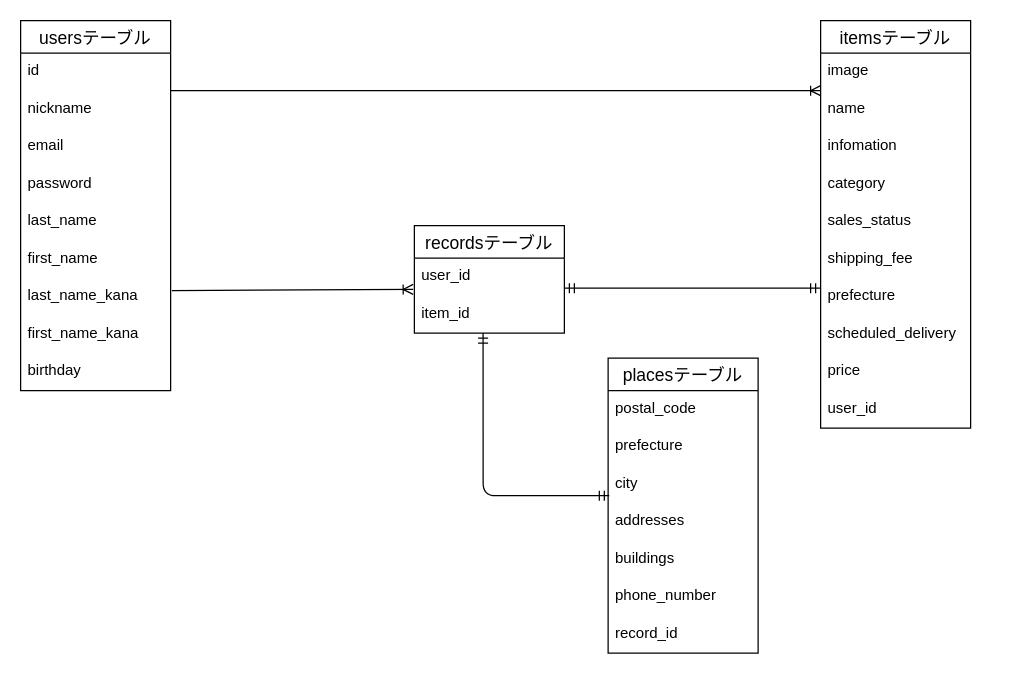
The draw.io diagram furima.dio in rysk1013/furima-34468, before the edit. Source tidied: cells renumbered, new cells numbered last; positions are measured from the earlier drawing's top-left corner, leaving out a move shared by most shapes. Both pictures are drawn from the tidied source at 125%, with x=0, y=0 at pixel (20, 20).
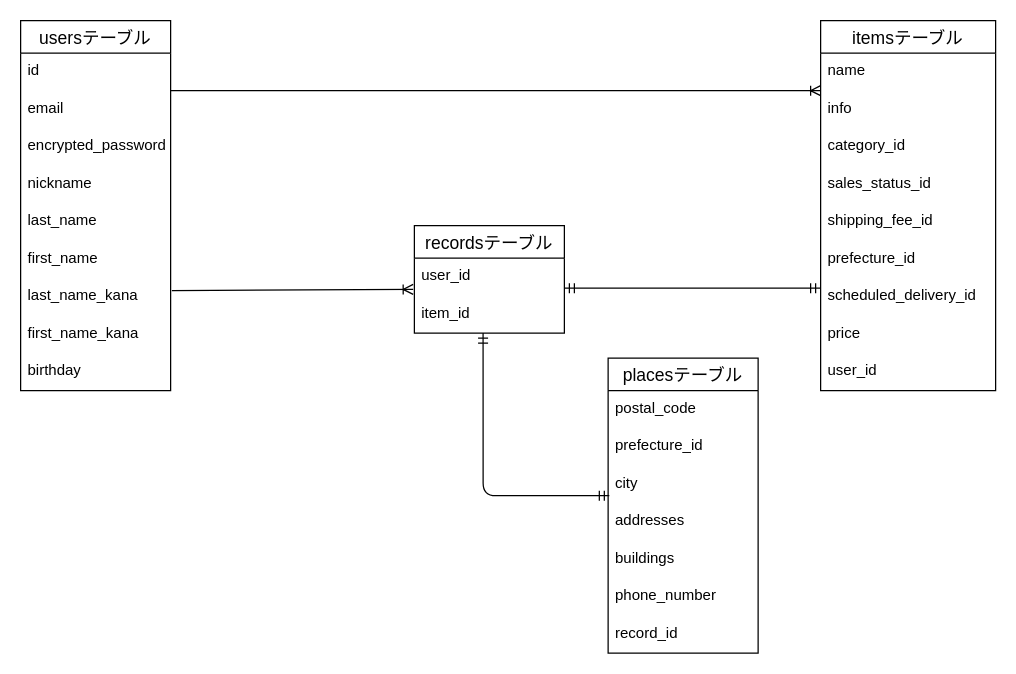
The same page after the edit.

The change refers to these unchanged cells:
```xml
<mxCell id="2" value="usersテーブル" style="swimlane;fontStyle=0;horizontal=1;startSize=26;align=center;fontSize=14;" parent="1" vertex="1">
  <mxGeometry width="120" height="296" as="geometry" />
</mxCell>
<mxCell id="12" value="placesテーブル" style="swimlane;fontStyle=0;horizontal=1;startSize=26;align=center;fontSize=14;" parent="1" vertex="1">
  <mxGeometry x="470" y="270" width="120" height="236" as="geometry" />
</mxCell>
```

Change to the diagram source:
```diff
@@
-    <mxCell id="4" value="nickname" style="text;strokeColor=none;fillColor=none;spacingLeft=4;spacingRight=4;overflow=hidden;fontSize=12;" parent="2" vertex="1">
-      <mxGeometry y="56" width="120" height="30" as="geometry" />
-    </mxCell>
     <mxCell id="5" value="email" style="text;strokeColor=none;fillColor=none;spacingLeft=4;spacingRight=4;overflow=hidden;fontSize=12;" parent="2" vertex="1">
-      <mxGeometry y="86" width="120" height="30" as="geometry" />
+      <mxGeometry y="56" width="120" height="30" as="geometry" />
     </mxCell>
-    <mxCell id="6" value="password" style="text;strokeColor=none;fillColor=none;spacingLeft=4;spacingRight=4;overflow=hidden;fontSize=12;" parent="2" vertex="1">
-      <mxGeometry y="116" width="120" height="30" as="geometry" />
+    <mxCell id="6" value="encrypted_password" style="text;strokeColor=none;fillColor=none;spacingLeft=4;spacingRight=4;overflow=hidden;fontSize=12;" parent="2" vertex="1">
+      <mxGeometry y="86" width="120" height="30" as="geometry" />
     </mxCell>
+    <mxCell id="4" value="nickname" style="text;strokeColor=none;fillColor=none;spacingLeft=4;spacingRight=4;overflow=hidden;fontSize=12;" parent="2" vertex="1">
+      <mxGeometry y="116" width="120" height="30" as="geometry" />
+    </mxCell>
@@
-    <mxCell id="14" value="prefecture" style="text;strokeColor=none;fillColor=none;spacingLeft=4;spacingRight=4;overflow=hidden;fontSize=12;" parent="12" vertex="1">
+    <mxCell id="14" value="prefecture_id" style="text;strokeColor=none;fillColor=none;spacingLeft=4;spacingRight=4;overflow=hidden;fontSize=12;" parent="12" vertex="1">
       <mxGeometry y="56" width="120" height="30" as="geometry" />
     </mxCell>
@@
     <mxCell id="20" value="itemsテーブル" style="swimlane;fontStyle=0;horizontal=1;startSize=26;align=center;fontSize=14;" parent="1" vertex="1">
-      <mxGeometry x="640" width="120" height="326" as="geometry" />
+      <mxGeometry x="640" width="140" height="296" as="geometry" />
     </mxCell>
-    <mxCell id="21" value="image" style="text;strokeColor=none;fillColor=none;spacingLeft=4;spacingRight=4;overflow=hidden;fontSize=12;" parent="20" vertex="1">
-      <mxGeometry y="26" width="120" height="30" as="geometry" />
-    </mxCell>
     <mxCell id="22" value="name" style="text;strokeColor=none;fillColor=none;spacingLeft=4;spacingRight=4;overflow=hidden;fontSize=12;" parent="20" vertex="1">
-      <mxGeometry y="56" width="120" height="30" as="geometry" />
+      <mxGeometry y="26" width="140" height="30" as="geometry" />
     </mxCell>
-    <mxCell id="23" value="infomation" style="text;strokeColor=none;fillColor=none;spacingLeft=4;spacingRight=4;overflow=hidden;fontSize=12;" parent="20" vertex="1">
-      <mxGeometry y="86" width="120" height="30" as="geometry" />
+    <mxCell id="23" value="info" style="text;strokeColor=none;fillColor=none;spacingLeft=4;spacingRight=4;overflow=hidden;fontSize=12;" parent="20" vertex="1">
+      <mxGeometry y="56" width="140" height="30" as="geometry" />
     </mxCell>
-    <mxCell id="24" value="category" style="text;strokeColor=none;fillColor=none;spacingLeft=4;spacingRight=4;overflow=hidden;fontSize=12;" parent="20" vertex="1">
-      <mxGeometry y="116" width="120" height="30" as="geometry" />
+    <mxCell id="24" value="category_id" style="text;strokeColor=none;fillColor=none;spacingLeft=4;spacingRight=4;overflow=hidden;fontSize=12;" parent="20" vertex="1">
+      <mxGeometry y="86" width="140" height="30" as="geometry" />
     </mxCell>
-    <mxCell id="25" value="sales_status" style="text;strokeColor=none;fillColor=none;spacingLeft=4;spacingRight=4;overflow=hidden;fontSize=12;" parent="20" vertex="1">
-      <mxGeometry y="146" width="120" height="30" as="geometry" />
+    <mxCell id="25" value="sales_status_id" style="text;strokeColor=none;fillColor=none;spacingLeft=4;spacingRight=4;overflow=hidden;fontSize=12;" parent="20" vertex="1">
+      <mxGeometry y="116" width="140" height="30" as="geometry" />
     </mxCell>
-    <mxCell id="26" value="shipping_fee" style="text;strokeColor=none;fillColor=none;spacingLeft=4;spacingRight=4;overflow=hidden;fontSize=12;" parent="20" vertex="1">
-      <mxGeometry y="176" width="120" height="30" as="geometry" />
+    <mxCell id="26" value="shipping_fee_id" style="text;strokeColor=none;fillColor=none;spacingLeft=4;spacingRight=4;overflow=hidden;fontSize=12;" parent="20" vertex="1">
+      <mxGeometry y="146" width="140" height="30" as="geometry" />
     </mxCell>
-    <mxCell id="27" value="prefecture" style="text;strokeColor=none;fillColor=none;spacingLeft=4;spacingRight=4;overflow=hidden;fontSize=12;" parent="20" vertex="1">
-      <mxGeometry y="206" width="120" height="30" as="geometry" />
+    <mxCell id="27" value="prefecture_id" style="text;strokeColor=none;fillColor=none;spacingLeft=4;spacingRight=4;overflow=hidden;fontSize=12;" parent="20" vertex="1">
+      <mxGeometry y="176" width="140" height="30" as="geometry" />
     </mxCell>
-    <mxCell id="28" value="scheduled_delivery" style="text;strokeColor=none;fillColor=none;spacingLeft=4;spacingRight=4;overflow=hidden;fontSize=12;" parent="20" vertex="1">
-      <mxGeometry y="236" width="120" height="30" as="geometry" />
+    <mxCell id="28" value="scheduled_delivery_id" style="text;strokeColor=none;fillColor=none;spacingLeft=4;spacingRight=4;overflow=hidden;fontSize=12;" parent="20" vertex="1">
+      <mxGeometry y="206" width="140" height="30" as="geometry" />
     </mxCell>
     <mxCell id="29" value="price&#10;" style="text;strokeColor=none;fillColor=none;spacingLeft=4;spacingRight=4;overflow=hidden;fontSize=12;" parent="20" vertex="1">
-      <mxGeometry y="266" width="120" height="30" as="geometry" />
+      <mxGeometry y="236" width="140" height="30" as="geometry" />
     </mxCell>
     <mxCell id="30" value="user_id" style="text;strokeColor=none;fillColor=none;spacingLeft=4;spacingRight=4;overflow=hidden;fontSize=12;" parent="20" vertex="1">
-      <mxGeometry y="296" width="120" height="30" as="geometry" />
+      <mxGeometry y="266" width="140" height="30" as="geometry" />
     </mxCell>
```
